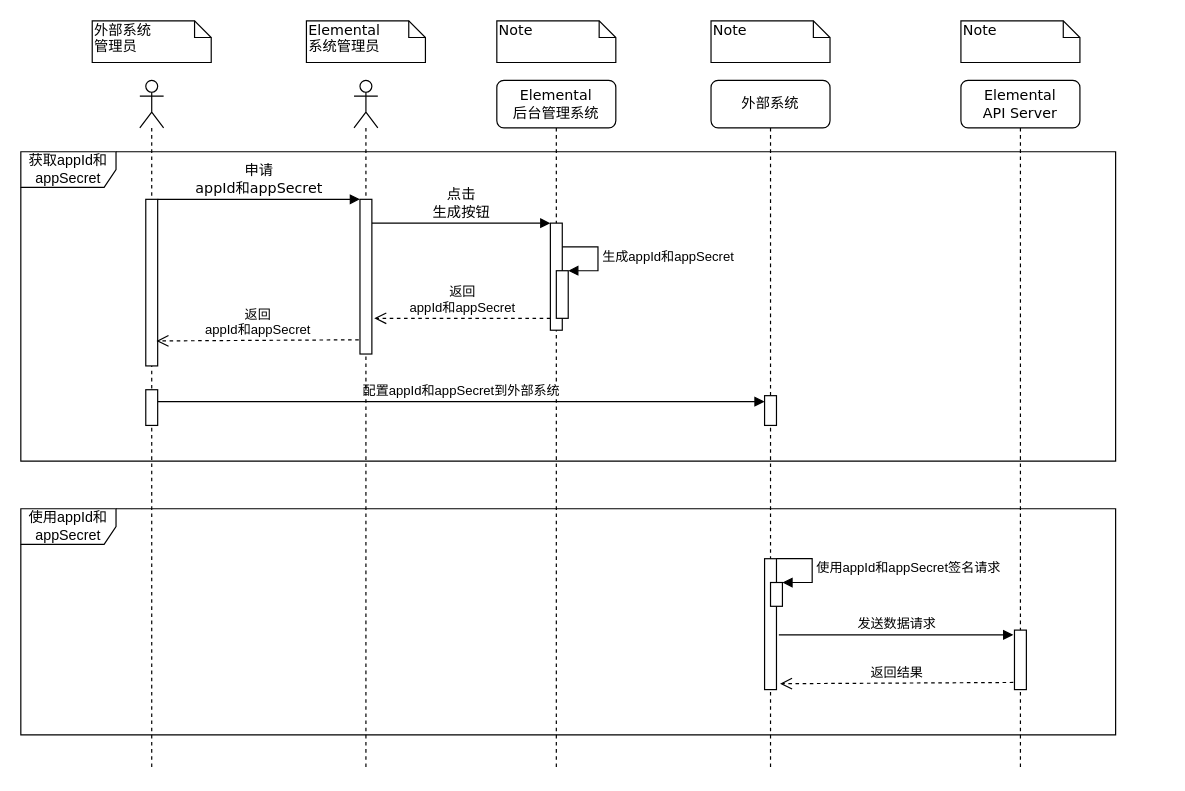
The draw.io diagram signed_request.drawio in deanzz/blog, before the edit. Source tidied: cells renumbered, new cells numbered last; positions are measured from the earlier drawing's top-left corner, leaving out a move shared by most shapes. Both pictures are drawn from the tidied source at 119%, with x=0, y=0 at pixel (20, 20).
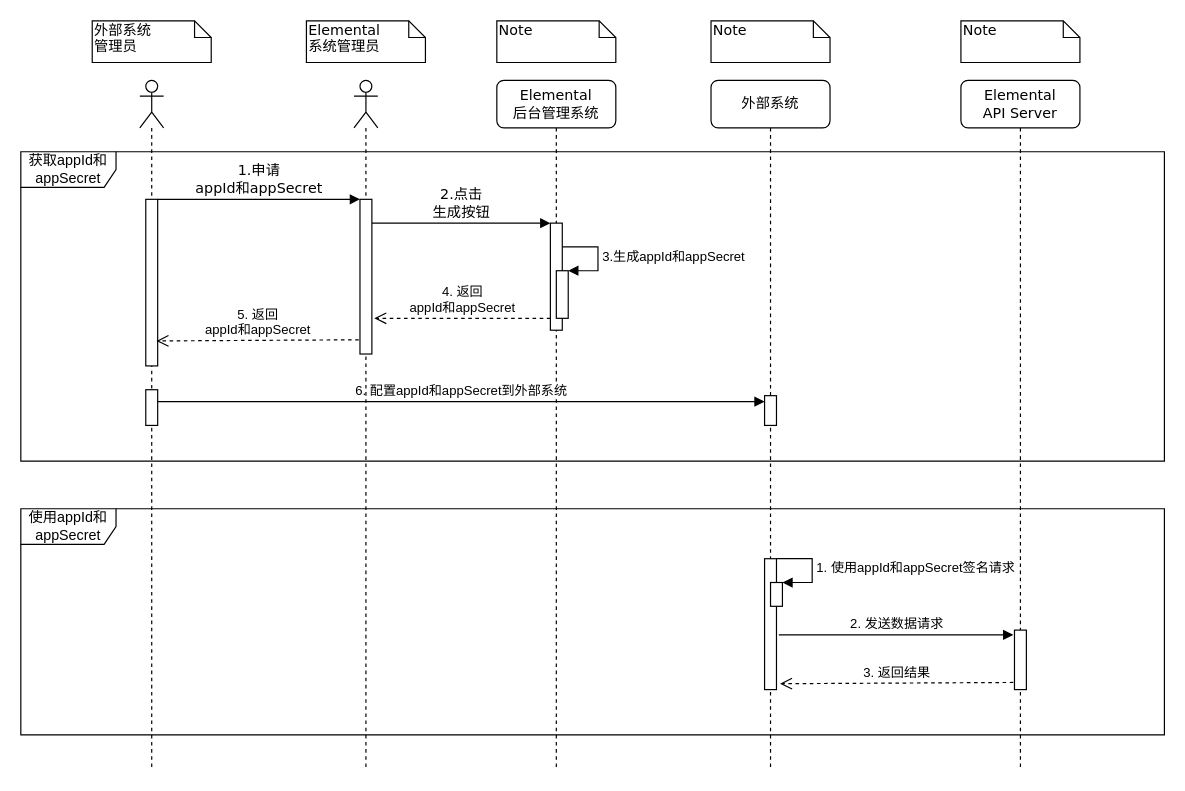
After the change.

The change refers to these unchanged cells:
```xml
<mxCell id="2" value="&lt;span&gt;Elemental&lt;/span&gt;&lt;br&gt;&lt;span&gt;后台管理系统&lt;/span&gt;" style="shape=umlLifeline;perimeter=lifelinePerimeter;whiteSpace=wrap;html=1;rounded=1;shadow=0;comic=0;labelBackgroundColor=none;strokeWidth=1;fontFamily=Verdana;fontSize=12;align=center;" parent="1" vertex="1">
  <mxGeometry x="400" y="50" width="100" height="580" as="geometry" />
</mxCell>
<mxCell id="3" style="html=1;points=[];perimeter=orthogonalPerimeter;rounded=0;shadow=0;comic=0;labelBackgroundColor=none;strokeWidth=1;fontFamily=Verdana;fontSize=12;align=center;" parent="2" vertex="1">
  <mxGeometry x="45" y="120" width="10" height="90" as="geometry" />
</mxCell>
<mxCell id="4" style="html=1;points=[];perimeter=orthogonalPerimeter;" parent="2" vertex="1">
  <mxGeometry x="50" y="160" width="10" height="40" as="geometry" />
</mxCell>
<mxCell id="7" value="&lt;span&gt;外部系统&lt;/span&gt;" style="shape=umlLifeline;perimeter=lifelinePerimeter;whiteSpace=wrap;html=1;rounded=1;shadow=0;comic=0;labelBackgroundColor=none;strokeWidth=1;fontFamily=Verdana;fontSize=12;align=center;" parent="1" vertex="1">
  <mxGeometry x="580" y="50" width="100" height="580" as="geometry" />
</mxCell>
<mxCell id="11" style="html=1;points=[];perimeter=orthogonalPerimeter;" parent="10" vertex="1">
  <mxGeometry x="45" y="462" width="10" height="50" as="geometry" />
</mxCell>
<mxCell id="12" style="html=1;points=[];perimeter=orthogonalPerimeter;rounded=0;shadow=0;comic=0;labelBackgroundColor=none;strokeWidth=1;fontFamily=Verdana;fontSize=12;align=center;" parent="1" vertex="1">
  <mxGeometry x="625" y="452" width="10" height="110" as="geometry" />
</mxCell>
<mxCell id="21" style="html=1;points=[];perimeter=orthogonalPerimeter;" parent="20" vertex="1">
  <mxGeometry x="5" y="100" width="10" height="140" as="geometry" />
</mxCell>
<mxCell id="22" style="html=1;points=[];perimeter=orthogonalPerimeter;" parent="20" vertex="1">
  <mxGeometry x="5" y="260" width="10" height="30" as="geometry" />
</mxCell>
<mxCell id="24" style="html=1;points=[];perimeter=orthogonalPerimeter;" parent="23" vertex="1">
  <mxGeometry x="5" y="100" width="10" height="130" as="geometry" />
</mxCell>
<mxCell id="26" style="html=1;points=[];perimeter=orthogonalPerimeter;" parent="1" vertex="1">
  <mxGeometry x="630" y="472" width="10" height="20" as="geometry" />
</mxCell>
```

The edit, as a diff of the source:
```diff
@@
+    <mxCell id="31" value="使用appId和appSecret" style="shape=umlFrame;whiteSpace=wrap;html=1;width=80;height=30;" parent="1" vertex="1">
+      <mxGeometry y="410" width="961" height="190" as="geometry" />
+    </mxCell>
+    <mxCell id="30" value="获取appId和appSecret" style="shape=umlFrame;whiteSpace=wrap;html=1;width=80;height=30;" parent="1" vertex="1">
+      <mxGeometry y="110" width="961" height="260" as="geometry" />
+    </mxCell>
@@
-    <mxCell id="5" value="生成appId和appSecret" style="edgeStyle=orthogonalEdgeStyle;html=1;align=left;spacingLeft=2;endArrow=block;rounded=0;entryX=1;entryY=0;" parent="2" edge="1" target="4">
+    <mxCell id="5" value="3.生成appId和appSecret" style="edgeStyle=orthogonalEdgeStyle;html=1;align=left;spacingLeft=2;endArrow=block;rounded=0;entryX=1;entryY=0;" parent="2" edge="1" target="4">
       <mxGeometry relative="1" as="geometry">
         <mxPoint x="55" y="140" as="sourcePoint" />
         <Array as="points">
           <mxPoint x="85" y="140" />
         </Array>
       </mxGeometry>
     </mxCell>
-    <mxCell id="6" value="返回&lt;br&gt;appId和appSecret" style="html=1;verticalAlign=bottom;endArrow=open;dashed=1;endSize=8;rounded=0;entryX=1.2;entryY=0.769;entryDx=0;entryDy=0;entryPerimeter=0;" parent="2" edge="1" target="24">
+    <mxCell id="6" value="4. 返回&lt;br&gt;appId和appSecret" style="html=1;verticalAlign=bottom;endArrow=open;dashed=1;endSize=8;rounded=0;entryX=1.2;entryY=0.769;entryDx=0;entryDy=0;entryPerimeter=0;" parent="2" edge="1" target="24">
       <mxGeometry relative="1" as="geometry">
         <mxPoint x="45" y="200" as="sourcePoint" />
       </mxGeometry>
     </mxCell>
@@
-    <mxCell id="9" value="配置appId和appSecret到外部系统" style="html=1;verticalAlign=bottom;endArrow=block;rounded=0;exitX=1;exitY=0.333;exitDx=0;exitDy=0;exitPerimeter=0;" parent="7" edge="1" source="22">
+    <mxCell id="9" value="6. 配置appId和appSecret到外部系统" style="html=1;verticalAlign=bottom;endArrow=block;rounded=0;exitX=1;exitY=0.333;exitDx=0;exitDy=0;exitPerimeter=0;" parent="7" edge="1" source="22">
       <mxGeometry relative="1" as="geometry">
         <mxPoint x="45" y="270" as="targetPoint" />
       </mxGeometry>
     </mxCell>
@@
-    <mxCell id="13" value="申请&lt;br&gt;appId和appSecret" style="html=1;verticalAlign=bottom;endArrow=block;entryX=0;entryY=0;labelBackgroundColor=none;fontFamily=Verdana;fontSize=12;edgeStyle=elbowEdgeStyle;elbow=vertical;" parent="1" edge="1">
+    <mxCell id="13" value="1.申请&lt;br&gt;appId和appSecret" style="html=1;verticalAlign=bottom;endArrow=block;entryX=0;entryY=0;labelBackgroundColor=none;fontFamily=Verdana;fontSize=12;edgeStyle=elbowEdgeStyle;elbow=vertical;" parent="1" edge="1">
       <mxGeometry relative="1" as="geometry">
         <mxPoint x="115" y="150" as="sourcePoint" />
         <mxPoint x="285" y="150" as="targetPoint" />
       </mxGeometry>
     </mxCell>
-    <mxCell id="14" value="点击&lt;br&gt;生成按钮" style="html=1;verticalAlign=bottom;endArrow=block;entryX=0;entryY=0;labelBackgroundColor=none;fontFamily=Verdana;fontSize=12;edgeStyle=elbowEdgeStyle;elbow=vertical;" parent="1" edge="1" target="3">
+    <mxCell id="14" value="2.点击&lt;br&gt;生成按钮" style="html=1;verticalAlign=bottom;endArrow=block;entryX=0;entryY=0;labelBackgroundColor=none;fontFamily=Verdana;fontSize=12;edgeStyle=elbowEdgeStyle;elbow=vertical;" parent="1" edge="1" target="3">
       <mxGeometry relative="1" as="geometry">
         <mxPoint x="295" y="170" as="sourcePoint" />
       </mxGeometry>
     </mxCell>
@@
-    <mxCell id="25" value="返回&lt;br&gt;appId和appSecret" style="html=1;verticalAlign=bottom;endArrow=open;dashed=1;endSize=8;rounded=0;entryX=0.9;entryY=0.85;entryDx=0;entryDy=0;entryPerimeter=0;exitX=-0.1;exitY=0.908;exitDx=0;exitDy=0;exitPerimeter=0;" parent="1" edge="1" source="24" target="21">
+    <mxCell id="25" value="5. 返回&lt;br&gt;appId和appSecret" style="html=1;verticalAlign=bottom;endArrow=open;dashed=1;endSize=8;rounded=0;entryX=0.9;entryY=0.85;entryDx=0;entryDy=0;entryPerimeter=0;exitX=-0.1;exitY=0.908;exitDx=0;exitDy=0;exitPerimeter=0;" parent="1" edge="1" source="24" target="21">
       <mxGeometry relative="1" as="geometry" />
     </mxCell>
@@
-    <mxCell id="27" value="使用appId和appSecret签名请求" style="edgeStyle=orthogonalEdgeStyle;html=1;align=left;spacingLeft=2;endArrow=block;rounded=0;entryX=1;entryY=0;" parent="1" edge="1" target="26">
+    <mxCell id="27" value="1. 使用appId和appSecret签名请求" style="edgeStyle=orthogonalEdgeStyle;html=1;align=left;spacingLeft=2;endArrow=block;rounded=0;entryX=1;entryY=0;" parent="1" edge="1" target="26">
       <mxGeometry relative="1" as="geometry">
         <mxPoint x="635" y="452" as="sourcePoint" />
         <Array as="points">
           <mxPoint x="665" y="452" />
         </Array>
       </mxGeometry>
     </mxCell>
-    <mxCell id="28" value="发送数据请求" style="html=1;verticalAlign=bottom;endArrow=block;rounded=0;exitX=1.2;exitY=0.582;exitDx=0;exitDy=0;exitPerimeter=0;entryX=-0.1;entryY=0.08;entryDx=0;entryDy=0;entryPerimeter=0;" parent="1" edge="1" source="12" target="11">
+    <mxCell id="28" value="2. 发送数据请求" style="html=1;verticalAlign=bottom;endArrow=block;rounded=0;exitX=1.2;exitY=0.582;exitDx=0;exitDy=0;exitPerimeter=0;entryX=-0.1;entryY=0.08;entryDx=0;entryDy=0;entryPerimeter=0;" parent="1" edge="1" source="12" target="11">
       <mxGeometry relative="1" as="geometry" />
     </mxCell>
-    <mxCell id="29" value="返回结果" style="html=1;verticalAlign=bottom;endArrow=open;dashed=1;endSize=8;rounded=0;exitX=-0.1;exitY=0.88;exitDx=0;exitDy=0;exitPerimeter=0;entryX=1.3;entryY=0.955;entryDx=0;entryDy=0;entryPerimeter=0;" parent="1" edge="1" source="11" target="12">
+    <mxCell id="29" value="3. 返回结果" style="html=1;verticalAlign=bottom;endArrow=open;dashed=1;endSize=8;rounded=0;exitX=-0.1;exitY=0.88;exitDx=0;exitDy=0;exitPerimeter=0;entryX=1.3;entryY=0.955;entryDx=0;entryDy=0;entryPerimeter=0;" parent="1" edge="1" source="11" target="12">
       <mxGeometry relative="1" as="geometry" />
     </mxCell>
-    <mxCell id="30" value="获取appId和appSecret" style="shape=umlFrame;whiteSpace=wrap;html=1;width=80;height=30;" parent="1" vertex="1">
-      <mxGeometry y="110" width="920" height="260" as="geometry" />
-    </mxCell>
-    <mxCell id="31" value="使用appId和appSecret" style="shape=umlFrame;whiteSpace=wrap;html=1;width=80;height=30;" parent="1" vertex="1">
-      <mxGeometry y="410" width="920" height="190" as="geometry" />
-    </mxCell>
```
